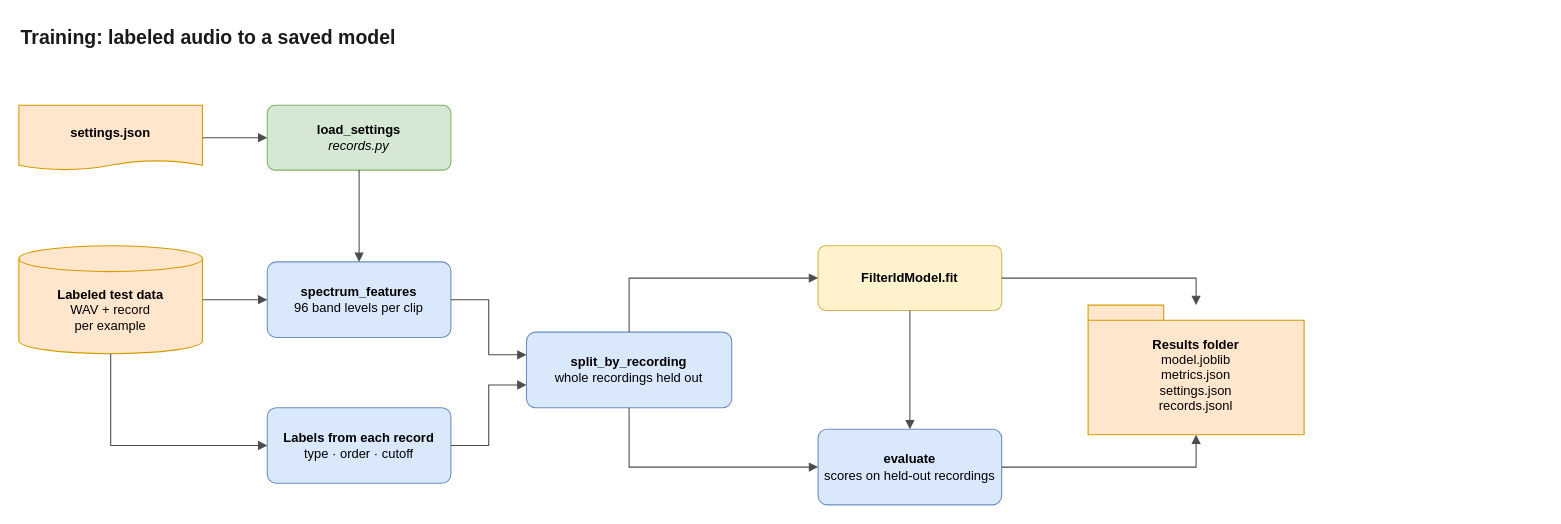
Dialovos/fpga-audio-source-classifier keeps this draw.io diagram as page "3 · Training" (3 of 5) of docs/code-map/filter-id-code-map.drawio. Above is the earlier version. Source tidied: cells renumbered, new cells numbered last; positions are measured from the earlier drawing's top-left corner, leaving out a move shared by most shapes. Both pictures are drawn from the tidied source at 108%, with x=0, y=0 at pixel (18, 18).
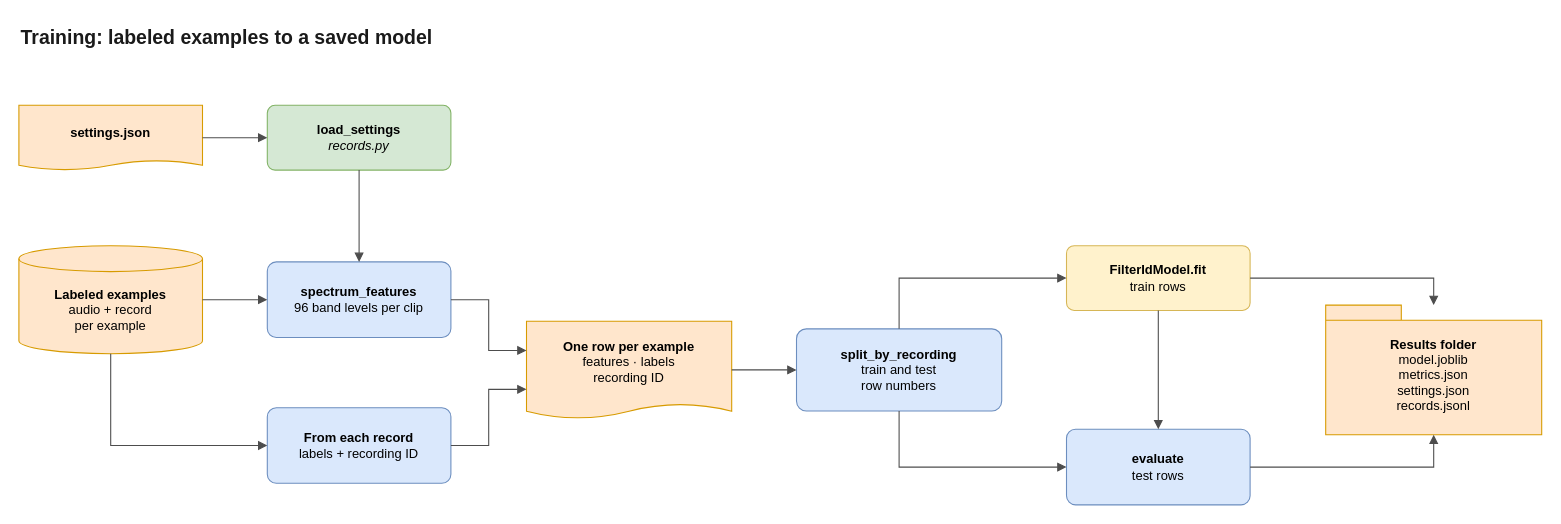
Above is the later version.

The change refers to these unchanged cells:
```xml
<mxCell id="3" value="&lt;b&gt;settings.json&lt;/b&gt;" style="shape=document;size=0.15;boundedLbl=1;whiteSpace=wrap;html=1;fontSize=12;fillColor=#ffe6cc;strokeColor=#d79b00;" parent="1" vertex="1">
  <mxGeometry y="80" width="170" height="60" as="geometry" />
</mxCell>
<mxCell id="4" value="&lt;b&gt;load_settings&lt;/b&gt;&lt;br&gt;&lt;i&gt;records.py&lt;/i&gt;" style="rounded=1;arcSize=12;whiteSpace=wrap;html=1;fontSize=12;fillColor=#d5e8d4;strokeColor=#82b366;" parent="1" vertex="1">
  <mxGeometry x="230" y="80" width="170" height="60" as="geometry" />
</mxCell>
<mxCell id="6" value="&lt;b&gt;spectrum_features&lt;/b&gt;&lt;br&gt;96 band levels per clip" style="rounded=1;arcSize=12;whiteSpace=wrap;html=1;fontSize=12;fillColor=#dae8fc;strokeColor=#6c8ebf;" parent="1" vertex="1">
  <mxGeometry x="230" y="225" width="170" height="70" as="geometry" />
</mxCell>
```

Diff of the diagram source:
```diff
@@
-    <mxCell id="2" value="Training: labeled audio to a saved model" style="text;html=1;align=left;verticalAlign=middle;fontSize=18;fontStyle=1;fontColor=#1a1a1a;" parent="1" vertex="1">
+    <mxCell id="2" value="Training: labeled examples to a saved model" style="text;html=1;align=left;verticalAlign=middle;fontSize=18;fontStyle=1;fontColor=#1a1a1a;" parent="1" vertex="1">
       <mxGeometry width="700" height="36" as="geometry" />
     </mxCell>
@@
-    <mxCell id="5" value="&lt;b&gt;Labeled test data&lt;/b&gt;&lt;br&gt;WAV + record&lt;br&gt;per example" style="shape=cylinder3;size=12;boundedLbl=1;backgroundOutline=1;whiteSpace=wrap;html=1;fontSize=12;fillColor=#ffe6cc;strokeColor=#d79b00;" parent="1" vertex="1">
+    <mxCell id="5" value="&lt;b&gt;Labeled examples&lt;/b&gt;&lt;br&gt;audio + record&lt;br&gt;per example" style="shape=cylinder3;size=12;boundedLbl=1;backgroundOutline=1;whiteSpace=wrap;html=1;fontSize=12;fillColor=#ffe6cc;strokeColor=#d79b00;" parent="1" vertex="1">
       <mxGeometry y="210" width="170" height="100" as="geometry" />
     </mxCell>
@@
-    <mxCell id="7" value="&lt;b&gt;Labels from each record&lt;/b&gt;&lt;br&gt;type · order · cutoff" style="rounded=1;arcSize=12;whiteSpace=wrap;html=1;fontSize=12;fillColor=#dae8fc;strokeColor=#6c8ebf;" parent="1" vertex="1">
+    <mxCell id="7" value="&lt;b&gt;From each record&lt;/b&gt;&lt;br&gt;labels + recording ID" style="rounded=1;arcSize=12;whiteSpace=wrap;html=1;fontSize=12;fillColor=#dae8fc;strokeColor=#6c8ebf;" parent="1" vertex="1">
       <mxGeometry x="230" y="360" width="170" height="70" as="geometry" />
     </mxCell>
+    <mxCell id="23" value="&lt;b&gt;One row per example&lt;/b&gt;&lt;br&gt;features · labels&lt;br&gt;recording ID" style="shape=document;size=0.15;boundedLbl=1;whiteSpace=wrap;html=1;fontSize=12;fillColor=#ffe6cc;strokeColor=#d79b00;" parent="1" vertex="1">
+      <mxGeometry x="470" y="280" width="190" height="90" as="geometry" />
+    </mxCell>
-    <mxCell id="8" value="&lt;b&gt;split_by_recording&lt;/b&gt;&lt;br&gt;whole recordings held out" style="rounded=1;arcSize=12;whiteSpace=wrap;html=1;fontSize=12;fillColor=#dae8fc;strokeColor=#6c8ebf;" parent="1" vertex="1">
-      <mxGeometry x="470" y="290" width="190" height="70" as="geometry" />
+    <mxCell id="8" value="&lt;b&gt;split_by_recording&lt;/b&gt;&lt;br&gt;train and test&lt;br&gt;row numbers" style="rounded=1;arcSize=12;whiteSpace=wrap;html=1;fontSize=12;fillColor=#dae8fc;strokeColor=#6c8ebf;" parent="1" vertex="1">
+      <mxGeometry x="720" y="287" width="190" height="76" as="geometry" />
     </mxCell>
-    <mxCell id="9" value="&lt;b&gt;FilterIdModel.fit&lt;/b&gt;" style="rounded=1;arcSize=12;whiteSpace=wrap;html=1;fontSize=12;fillColor=#fff2cc;strokeColor=#d6b656;" parent="1" vertex="1">
-      <mxGeometry x="740" y="210" width="170" height="60" as="geometry" />
+    <mxCell id="9" value="&lt;b&gt;FilterIdModel.fit&lt;/b&gt;&lt;br&gt;train rows" style="rounded=1;arcSize=12;whiteSpace=wrap;html=1;fontSize=12;fillColor=#fff2cc;strokeColor=#d6b656;" parent="1" vertex="1">
+      <mxGeometry x="970" y="210" width="170" height="60" as="geometry" />
     </mxCell>
-    <mxCell id="10" value="&lt;b&gt;evaluate&lt;/b&gt;&lt;br&gt;scores on held-out recordings" style="rounded=1;arcSize=12;whiteSpace=wrap;html=1;fontSize=12;fillColor=#dae8fc;strokeColor=#6c8ebf;" parent="1" vertex="1">
-      <mxGeometry x="740" y="380" width="170" height="70" as="geometry" />
+    <mxCell id="10" value="&lt;b&gt;evaluate&lt;/b&gt;&lt;br&gt;test rows" style="rounded=1;arcSize=12;whiteSpace=wrap;html=1;fontSize=12;fillColor=#dae8fc;strokeColor=#6c8ebf;" parent="1" vertex="1">
+      <mxGeometry x="970" y="380" width="170" height="70" as="geometry" />
     </mxCell>
     <mxCell id="11" value="&lt;b&gt;Results folder&lt;/b&gt;&lt;br&gt;model.joblib&lt;br&gt;metrics.json&lt;br&gt;settings.json&lt;br&gt;records.jsonl" style="shape=folder;tabWidth=70;tabHeight=14;tabPosition=left;spacingTop=10;whiteSpace=wrap;html=1;fontSize=12;fillColor=#ffe6cc;strokeColor=#d79b00;" parent="1" vertex="1">
-      <mxGeometry x="990" y="265" width="200" height="120" as="geometry" />
+      <mxGeometry x="1210" y="265" width="200" height="120" as="geometry" />
     </mxCell>
-    <mxCell id="12" style="edgeStyle=orthogonalEdgeStyle;rounded=0;jettySize=auto;html=1;strokeColor=#4d4d4d;fontSize=11;labelBackgroundColor=#ffffff;endArrow=block;endFill=1;exitX=1;exitY=0.5;exitDx=0;exitDy=0;entryX=0;entryY=0.5;entryDx=0;entryDy=0;" parent="1" edge="1" source="3" target="4">
+    <mxCell id="12" style="edgeStyle=orthogonalEdgeStyle;rounded=0;jettySize=auto;html=1;strokeColor=#4d4d4d;fontSize=11;labelBackgroundColor=none;fontStyle=1;endArrow=block;endFill=1;exitX=1;exitY=0.5;exitDx=0;exitDy=0;entryX=0;entryY=0.5;entryDx=0;entryDy=0;" parent="1" edge="1" source="3" target="4">
       <mxGeometry relative="1" as="geometry" />
     </mxCell>
-    <mxCell id="13" style="edgeStyle=orthogonalEdgeStyle;rounded=0;jettySize=auto;html=1;strokeColor=#4d4d4d;fontSize=11;labelBackgroundColor=#ffffff;endArrow=block;endFill=1;exitX=0.5;exitY=1;exitDx=0;exitDy=0;entryX=0.5;entryY=0;entryDx=0;entryDy=0;" parent="1" edge="1" source="4" target="6">
+    <mxCell id="13" style="edgeStyle=orthogonalEdgeStyle;rounded=0;jettySize=auto;html=1;strokeColor=#4d4d4d;fontSize=11;labelBackgroundColor=none;fontStyle=1;endArrow=block;endFill=1;exitX=0.5;exitY=1;exitDx=0;exitDy=0;entryX=0.5;entryY=0;entryDx=0;entryDy=0;" parent="1" edge="1" source="4" target="6">
       <mxGeometry relative="1" as="geometry" />
     </mxCell>
-    <mxCell id="14" style="edgeStyle=orthogonalEdgeStyle;rounded=0;jettySize=auto;html=1;strokeColor=#4d4d4d;fontSize=11;labelBackgroundColor=#ffffff;endArrow=block;endFill=1;exitX=1;exitY=0.5;exitDx=0;exitDy=0;entryX=0;entryY=0.5;entryDx=0;entryDy=0;" parent="1" edge="1" source="5" target="6">
+    <mxCell id="14" style="edgeStyle=orthogonalEdgeStyle;rounded=0;jettySize=auto;html=1;strokeColor=#4d4d4d;fontSize=11;labelBackgroundColor=none;fontStyle=1;endArrow=block;endFill=1;exitX=1;exitY=0.5;exitDx=0;exitDy=0;entryX=0;entryY=0.5;entryDx=0;entryDy=0;" parent="1" edge="1" source="5" target="6">
       <mxGeometry relative="1" as="geometry" />
     </mxCell>
-    <mxCell id="15" style="edgeStyle=orthogonalEdgeStyle;rounded=0;jettySize=auto;html=1;strokeColor=#4d4d4d;fontSize=11;labelBackgroundColor=#ffffff;endArrow=block;endFill=1;exitX=0.5;exitY=1;exitDx=0;exitDy=0;entryX=0;entryY=0.5;entryDx=0;entryDy=0;" parent="1" edge="1" source="5" target="7">
+    <mxCell id="15" style="edgeStyle=orthogonalEdgeStyle;rounded=0;jettySize=auto;html=1;strokeColor=#4d4d4d;fontSize=11;labelBackgroundColor=none;fontStyle=1;endArrow=block;endFill=1;exitX=0.5;exitY=1;exitDx=0;exitDy=0;entryX=0;entryY=0.5;entryDx=0;entryDy=0;" parent="1" edge="1" source="5" target="7">
       <mxGeometry relative="1" as="geometry" />
     </mxCell>
-    <mxCell id="16" style="edgeStyle=orthogonalEdgeStyle;rounded=0;jettySize=auto;html=1;strokeColor=#4d4d4d;fontSize=11;labelBackgroundColor=#ffffff;endArrow=block;endFill=1;exitX=1;exitY=0.5;exitDx=0;exitDy=0;entryX=0;entryY=0.3;entryDx=0;entryDy=0;" parent="1" edge="1" source="6" target="8">
-      <mxGeometry relative="1" as="geometry" />
-    </mxCell>
-    <mxCell id="17" style="edgeStyle=orthogonalEdgeStyle;rounded=0;jettySize=auto;html=1;strokeColor=#4d4d4d;fontSize=11;labelBackgroundColor=#ffffff;endArrow=block;endFill=1;exitX=1;exitY=0.5;exitDx=0;exitDy=0;entryX=0;entryY=0.7;entryDx=0;entryDy=0;" parent="1" edge="1" source="7" target="8">
-      <mxGeometry relative="1" as="geometry" />
-    </mxCell>
+    <mxCell id="24" style="edgeStyle=orthogonalEdgeStyle;rounded=0;jettySize=auto;html=1;strokeColor=#4d4d4d;fontSize=11;labelBackgroundColor=none;fontStyle=1;endArrow=block;endFill=1;exitX=1;exitY=0.5;exitDx=0;exitDy=0;entryX=0;entryY=0.3;entryDx=0;entryDy=0;" parent="1" edge="1" source="6" target="23">
+      <mxGeometry relative="1" as="geometry" />
+    </mxCell>
+    <mxCell id="25" style="edgeStyle=orthogonalEdgeStyle;rounded=0;jettySize=auto;html=1;strokeColor=#4d4d4d;fontSize=11;labelBackgroundColor=none;fontStyle=1;endArrow=block;endFill=1;exitX=1;exitY=0.5;exitDx=0;exitDy=0;entryX=0;entryY=0.7;entryDx=0;entryDy=0;" parent="1" edge="1" source="7" target="23">
+      <mxGeometry relative="1" as="geometry" />
+    </mxCell>
+    <mxCell id="26" style="edgeStyle=orthogonalEdgeStyle;rounded=0;jettySize=auto;html=1;strokeColor=#4d4d4d;fontSize=11;labelBackgroundColor=none;fontStyle=1;endArrow=block;endFill=1;exitX=1;exitY=0.5;exitDx=0;exitDy=0;entryX=0;entryY=0.5;entryDx=0;entryDy=0;" parent="1" edge="1" source="23" target="8">
+      <mxGeometry relative="1" as="geometry" />
+    </mxCell>
-    <mxCell id="18" style="edgeStyle=orthogonalEdgeStyle;rounded=0;jettySize=auto;html=1;strokeColor=#4d4d4d;fontSize=11;labelBackgroundColor=#ffffff;endArrow=block;endFill=1;exitX=0.5;exitY=0;exitDx=0;exitDy=0;entryX=0;entryY=0.5;entryDx=0;entryDy=0;" parent="1" edge="1" source="8" target="9">
+    <mxCell id="18" style="edgeStyle=orthogonalEdgeStyle;rounded=0;jettySize=auto;html=1;strokeColor=#4d4d4d;fontSize=11;labelBackgroundColor=none;fontStyle=1;endArrow=block;endFill=1;exitX=0.5;exitY=0;exitDx=0;exitDy=0;entryX=0;entryY=0.5;entryDx=0;entryDy=0;" parent="1" edge="1" source="8" target="9">
       <mxGeometry relative="1" as="geometry" />
     </mxCell>
-    <mxCell id="19" style="edgeStyle=orthogonalEdgeStyle;rounded=0;jettySize=auto;html=1;strokeColor=#4d4d4d;fontSize=11;labelBackgroundColor=#ffffff;endArrow=block;endFill=1;exitX=0.5;exitY=1;exitDx=0;exitDy=0;entryX=0;entryY=0.5;entryDx=0;entryDy=0;" parent="1" edge="1" source="8" target="10">
+    <mxCell id="19" style="edgeStyle=orthogonalEdgeStyle;rounded=0;jettySize=auto;html=1;strokeColor=#4d4d4d;fontSize=11;labelBackgroundColor=none;fontStyle=1;endArrow=block;endFill=1;exitX=0.5;exitY=1;exitDx=0;exitDy=0;entryX=0;entryY=0.5;entryDx=0;entryDy=0;" parent="1" edge="1" source="8" target="10">
       <mxGeometry relative="1" as="geometry" />
     </mxCell>
-    <mxCell id="20" style="edgeStyle=orthogonalEdgeStyle;rounded=0;jettySize=auto;html=1;strokeColor=#4d4d4d;fontSize=11;labelBackgroundColor=#ffffff;endArrow=block;endFill=1;exitX=0.5;exitY=1;exitDx=0;exitDy=0;entryX=0.5;entryY=0;entryDx=0;entryDy=0;" parent="1" edge="1" source="9" target="10">
+    <mxCell id="20" style="edgeStyle=orthogonalEdgeStyle;rounded=0;jettySize=auto;html=1;strokeColor=#4d4d4d;fontSize=11;labelBackgroundColor=none;fontStyle=1;endArrow=block;endFill=1;exitX=0.5;exitY=1;exitDx=0;exitDy=0;entryX=0.5;entryY=0;entryDx=0;entryDy=0;" parent="1" edge="1" source="9" target="10">
       <mxGeometry relative="1" as="geometry" />
     </mxCell>
-    <mxCell id="21" style="edgeStyle=orthogonalEdgeStyle;rounded=0;jettySize=auto;html=1;strokeColor=#4d4d4d;fontSize=11;labelBackgroundColor=#ffffff;endArrow=block;endFill=1;exitX=1;exitY=0.5;exitDx=0;exitDy=0;entryX=0.5;entryY=0;entryDx=0;entryDy=0;" parent="1" edge="1" source="9" target="11">
+    <mxCell id="21" style="edgeStyle=orthogonalEdgeStyle;rounded=0;jettySize=auto;html=1;strokeColor=#4d4d4d;fontSize=11;labelBackgroundColor=none;fontStyle=1;endArrow=block;endFill=1;exitX=1;exitY=0.5;exitDx=0;exitDy=0;entryX=0.5;entryY=0;entryDx=0;entryDy=0;" parent="1" edge="1" source="9" target="11">
       <mxGeometry relative="1" as="geometry" />
     </mxCell>
-    <mxCell id="22" style="edgeStyle=orthogonalEdgeStyle;rounded=0;jettySize=auto;html=1;strokeColor=#4d4d4d;fontSize=11;labelBackgroundColor=#ffffff;endArrow=block;endFill=1;exitX=1;exitY=0.5;exitDx=0;exitDy=0;entryX=0.5;entryY=1;entryDx=0;entryDy=0;" parent="1" edge="1" source="10" target="11">
+    <mxCell id="22" style="edgeStyle=orthogonalEdgeStyle;rounded=0;jettySize=auto;html=1;strokeColor=#4d4d4d;fontSize=11;labelBackgroundColor=none;fontStyle=1;endArrow=block;endFill=1;exitX=1;exitY=0.5;exitDx=0;exitDy=0;entryX=0.5;entryY=1;entryDx=0;entryDy=0;" parent="1" edge="1" source="10" target="11">
       <mxGeometry relative="1" as="geometry" />
     </mxCell>
```
